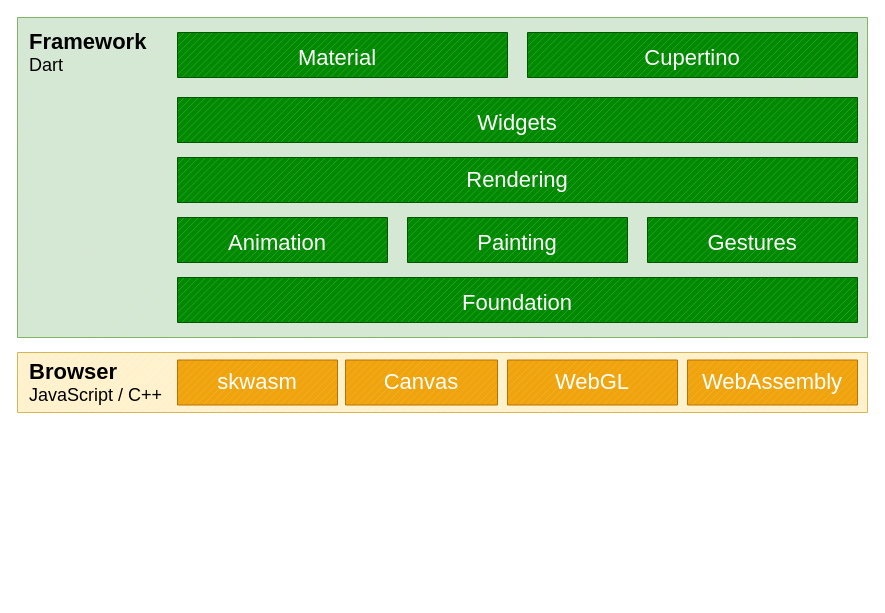
Before: diagrams/resources/web-framework-diagram.drawio in flutter/website, a draw.io diagram. Source tidied: cells renumbered, new cells numbered last; positions are measured from the earlier drawing's top-left corner, leaving out a move shared by most shapes. Both pictures are drawn from the tidied source at 100%, with x=0, y=0 at pixel (17, 17).
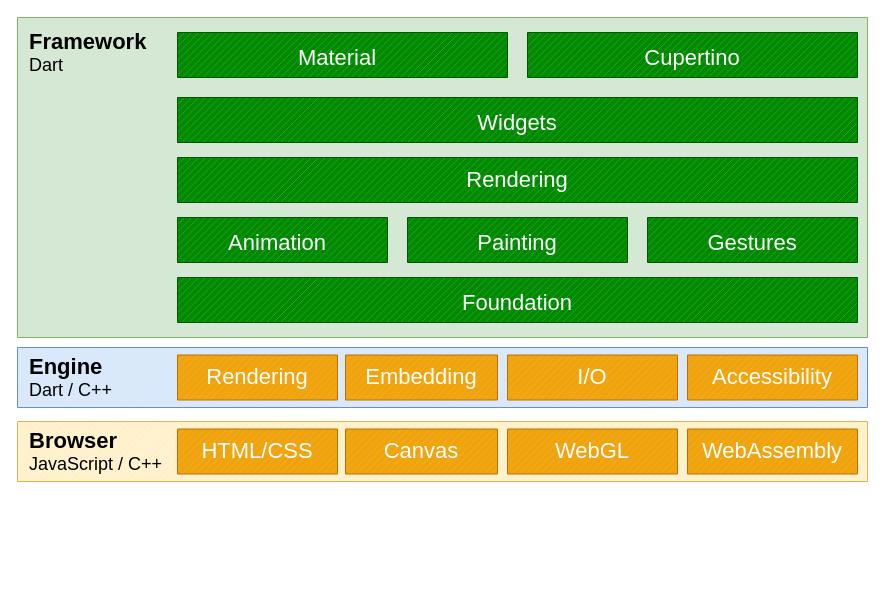
The same page after the edit.

Commit message (it also covers changes not shown here):
Updating image as per Yegor

The edit, as a diff of the source:
```diff
@@
     <mxCell id="3" style="verticalLabelPosition=bottom;verticalAlign=top;html=1;shape=mxgraph.basic.patternFillRect;fillStyle=diag;step=5;fillStrokeWidth=0.2;fillStrokeColor=#dddddd;fillColor=#fff2cc;strokeColor=#d6b656;labelBackgroundColor=default;textShadow=1;" parent="1" vertex="1">
-      <mxGeometry y="335" width="850" height="60" as="geometry" />
+      <mxGeometry y="404" width="850" height="60" as="geometry" />
     </mxCell>
@@
     <mxCell id="6" value="&lt;font style=&quot;font-size: 22px;&quot;&gt;&lt;b&gt;Browser&lt;/b&gt;&lt;/font&gt;&lt;div&gt;&lt;font style=&quot;font-size: 18px;&quot;&gt;JavaScript / C++&lt;/font&gt;&lt;/div&gt;" style="text;html=1;align=left;verticalAlign=middle;whiteSpace=wrap;rounded=0;" parent="1" vertex="1">
-      <mxGeometry x="10" y="350" width="150" height="30" as="geometry" />
+      <mxGeometry x="10" y="419" width="150" height="30" as="geometry" />
     </mxCell>
@@
     <mxCell id="23" style="verticalLabelPosition=bottom;verticalAlign=top;html=1;shape=mxgraph.basic.patternFillRect;fillStyle=diag;step=5;fillStrokeWidth=0.2;fillStrokeColor=#dddddd;fillColor=#f0a30a;fontColor=#000000;strokeColor=#BD7000;" parent="1" vertex="1">
-      <mxGeometry x="160" y="342.5" width="160" height="45" as="geometry" />
+      <mxGeometry x="160" y="411.5" width="160" height="45" as="geometry" />
     </mxCell>
     <mxCell id="24" style="verticalLabelPosition=bottom;verticalAlign=top;html=1;shape=mxgraph.basic.patternFillRect;fillStyle=diag;step=5;fillStrokeWidth=0.2;fillStrokeColor=#dddddd;fillColor=#f0a30a;fontColor=#000000;strokeColor=#BD7000;" parent="1" vertex="1">
-      <mxGeometry x="328" y="342.5" width="152" height="45" as="geometry" />
+      <mxGeometry x="328" y="411.5" width="152" height="45" as="geometry" />
     </mxCell>
     <mxCell id="25" style="verticalLabelPosition=bottom;verticalAlign=top;html=1;shape=mxgraph.basic.patternFillRect;fillStyle=diag;step=5;fillStrokeWidth=0.2;fillStrokeColor=#dddddd;fillColor=#f0a30a;fontColor=#000000;strokeColor=#BD7000;" parent="1" vertex="1">
-      <mxGeometry x="490" y="342.5" width="170" height="45" as="geometry" />
+      <mxGeometry x="490" y="411.5" width="170" height="45" as="geometry" />
     </mxCell>
     <mxCell id="26" style="verticalLabelPosition=bottom;verticalAlign=top;html=1;shape=mxgraph.basic.patternFillRect;fillStyle=diag;step=5;fillStrokeWidth=0.2;fillStrokeColor=#dddddd;fillColor=#f0a30a;fontColor=#000000;strokeColor=#BD7000;" parent="1" vertex="1">
-      <mxGeometry x="670" y="342.5" width="170" height="45" as="geometry" />
+      <mxGeometry x="670" y="411.5" width="170" height="45" as="geometry" />
     </mxCell>
-    <mxCell id="27" value="&lt;font style=&quot;font-size: 22px; color: rgb(255, 255, 255);&quot;&gt;skwasm&lt;/font&gt;" style="text;html=1;align=center;verticalAlign=middle;whiteSpace=wrap;rounded=0;" parent="1" vertex="1">
-      <mxGeometry x="210" y="350" width="60" height="30" as="geometry" />
+    <mxCell id="27" value="&lt;font style=&quot;font-size: 22px; color: rgb(255, 255, 255);&quot;&gt;HTML/CSS&lt;/font&gt;" style="text;html=1;align=center;verticalAlign=middle;whiteSpace=wrap;rounded=0;" parent="1" vertex="1">
+      <mxGeometry x="210" y="419" width="60" height="30" as="geometry" />
     </mxCell>
     <mxCell id="28" value="&lt;font style=&quot;font-size: 22px; color: rgb(255, 255, 255);&quot;&gt;Canvas&lt;/font&gt;" style="text;html=1;align=center;verticalAlign=middle;whiteSpace=wrap;rounded=0;" parent="1" vertex="1">
-      <mxGeometry x="374" y="350" width="60" height="30" as="geometry" />
+      <mxGeometry x="374" y="419" width="60" height="30" as="geometry" />
     </mxCell>
     <mxCell id="29" value="&lt;font style=&quot;font-size: 22px; color: rgb(255, 255, 255);&quot;&gt;WebGL&lt;/font&gt;" style="text;html=1;align=center;verticalAlign=middle;whiteSpace=wrap;rounded=0;" parent="1" vertex="1">
-      <mxGeometry x="545" y="350" width="60" height="30" as="geometry" />
+      <mxGeometry x="545" y="419" width="60" height="30" as="geometry" />
     </mxCell>
     <mxCell id="30" value="&lt;font style=&quot;font-size: 22px; color: rgb(255, 255, 255);&quot;&gt;WebAssembly&lt;/font&gt;" style="text;html=1;align=center;verticalAlign=middle;whiteSpace=wrap;rounded=0;" parent="1" vertex="1">
-      <mxGeometry x="725" y="350" width="60" height="30" as="geometry" />
+      <mxGeometry x="725" y="419" width="60" height="30" as="geometry" />
     </mxCell>
+    <mxCell id="31" style="verticalLabelPosition=bottom;verticalAlign=top;html=1;shape=mxgraph.basic.patternFillRect;fillStyle=diag;step=5;fillStrokeWidth=0.2;fillStrokeColor=#dddddd;fillColor=#dae8fc;strokeColor=#6c8ebf;labelBackgroundColor=default;textShadow=1;" parent="1" vertex="1">
+      <mxGeometry y="330" width="850" height="60" as="geometry" />
+    </mxCell>
+    <mxCell id="32" value="&lt;font style=&quot;font-size: 22px;&quot;&gt;&lt;b&gt;Engine&lt;/b&gt;&lt;/font&gt;&lt;div&gt;&lt;font style=&quot;font-size: 18px;&quot;&gt;Dart / C++&lt;/font&gt;&lt;/div&gt;" style="text;html=1;align=left;verticalAlign=middle;whiteSpace=wrap;rounded=0;" parent="1" vertex="1">
+      <mxGeometry x="10" y="345" width="150" height="30" as="geometry" />
+    </mxCell>
+    <mxCell id="33" style="verticalLabelPosition=bottom;verticalAlign=top;html=1;shape=mxgraph.basic.patternFillRect;fillStyle=diag;step=5;fillStrokeWidth=0.2;fillStrokeColor=#dddddd;fillColor=#f0a30a;fontColor=#000000;strokeColor=#BD7000;" parent="1" vertex="1">
+      <mxGeometry x="160" y="337.5" width="160" height="45" as="geometry" />
+    </mxCell>
+    <mxCell id="34" style="verticalLabelPosition=bottom;verticalAlign=top;html=1;shape=mxgraph.basic.patternFillRect;fillStyle=diag;step=5;fillStrokeWidth=0.2;fillStrokeColor=#dddddd;fillColor=#f0a30a;fontColor=#000000;strokeColor=#BD7000;" parent="1" vertex="1">
+      <mxGeometry x="328" y="337.5" width="152" height="45" as="geometry" />
+    </mxCell>
+    <mxCell id="35" style="verticalLabelPosition=bottom;verticalAlign=top;html=1;shape=mxgraph.basic.patternFillRect;fillStyle=diag;step=5;fillStrokeWidth=0.2;fillStrokeColor=#dddddd;fillColor=#f0a30a;fontColor=#000000;strokeColor=#BD7000;" parent="1" vertex="1">
+      <mxGeometry x="490" y="337.5" width="170" height="45" as="geometry" />
+    </mxCell>
+    <mxCell id="36" style="verticalLabelPosition=bottom;verticalAlign=top;html=1;shape=mxgraph.basic.patternFillRect;fillStyle=diag;step=5;fillStrokeWidth=0.2;fillStrokeColor=#dddddd;fillColor=#f0a30a;fontColor=#000000;strokeColor=#BD7000;" parent="1" vertex="1">
+      <mxGeometry x="670" y="337.5" width="170" height="45" as="geometry" />
+    </mxCell>
+    <mxCell id="37" value="&lt;font style=&quot;font-size: 22px; color: rgb(255, 255, 255);&quot;&gt;Rendering&lt;/font&gt;" style="text;html=1;align=center;verticalAlign=middle;whiteSpace=wrap;rounded=0;" parent="1" vertex="1">
+      <mxGeometry x="210" y="345" width="60" height="30" as="geometry" />
+    </mxCell>
+    <mxCell id="38" value="&lt;font style=&quot;font-size: 22px; color: rgb(255, 255, 255);&quot;&gt;Embedding&lt;/font&gt;" style="text;html=1;align=center;verticalAlign=middle;whiteSpace=wrap;rounded=0;" parent="1" vertex="1">
+      <mxGeometry x="374" y="345" width="60" height="30" as="geometry" />
+    </mxCell>
+    <mxCell id="39" value="&lt;font style=&quot;font-size: 22px; color: rgb(255, 255, 255);&quot;&gt;I/O&lt;/font&gt;" style="text;html=1;align=center;verticalAlign=middle;whiteSpace=wrap;rounded=0;" parent="1" vertex="1">
+      <mxGeometry x="545" y="345" width="60" height="30" as="geometry" />
+    </mxCell>
+    <mxCell id="40" value="&lt;font style=&quot;font-size: 22px; color: rgb(255, 255, 255);&quot;&gt;Accessibility&lt;/font&gt;" style="text;html=1;align=center;verticalAlign=middle;whiteSpace=wrap;rounded=0;" parent="1" vertex="1">
+      <mxGeometry x="725" y="345" width="60" height="30" as="geometry" />
+    </mxCell>
```
